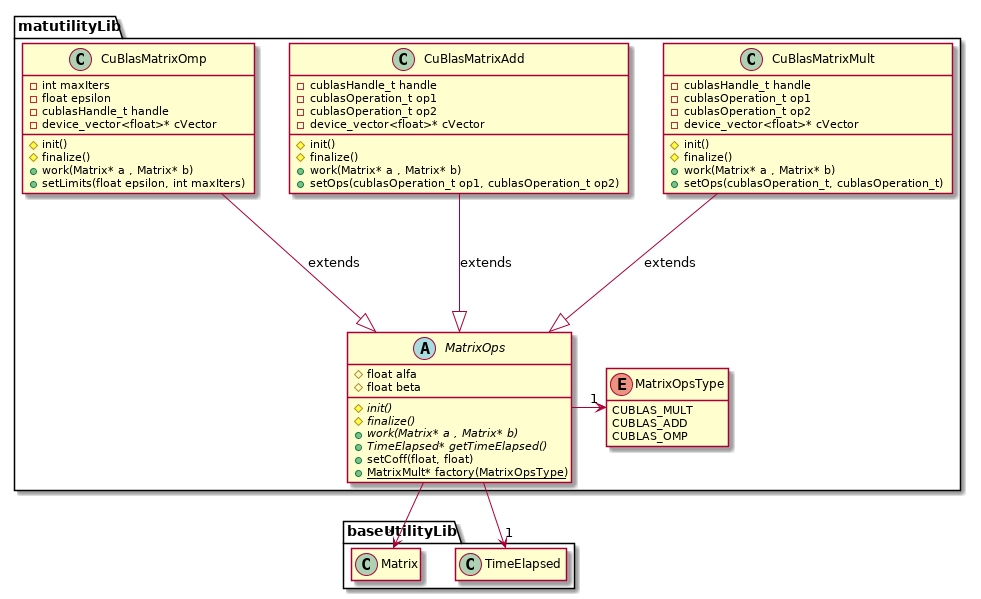
This is uml/out/uml/src/MatUtilityDiagram.png from newfla/CUDA-K-SVD-Denoising, a PlantUML export, as it was before one commit. Its diagram source:
```plantuml
@startuml MatUtilityDiagram

package matutilityLib{

    enum MatrixOpsType{
            CUBLAS_MULT
            CUBLAS_ADD
            CUBLAS_OMP
    }

    abstract class MatrixOps{

        # float alfa
        # float beta

        {abstract} # init()
        {abstract} # finalize()
        {abstract} + work(Matrix* a , Matrix* b)
        {abstract} + TimeElapsed* getTimeElapsed()
        + setCoff(float, float)
        {static} + MatrixMult* factory(MatrixOpsType)
    }

    class CuBlasMatrixMult{

        - cublasHandle_t handle
        - cublasOperation_t op1
        - cublasOperation_t op2
        - device_vector<float>* cVector

        # init()
        # finalize()
        + work(Matrix* a , Matrix* b)
        + setOps(cublasOperation_t, cublasOperation_t)
    }

    class CuBlasMatrixAdd{

        - cublasHandle_t handle
        - cublasOperation_t op1
        - cublasOperation_t op2
        - device_vector<float>* cVector

        # init()
        # finalize()
        + work(Matrix* a , Matrix* b)
        + setOps(cublasOperation_t op1, cublasOperation_t op2)
    }

    class CuBlasMatrixOmp{
        - int maxIters
        - float epsilon
        - cublasHandle_t handle
        - device_vector<float>* cVector

        # init()
        # finalize()
        + work(Matrix* a , Matrix* b)
        + setLimits(float epsilon, int maxIters)
    }
    MatrixOps -> "1" MatrixOpsType
    CuBlasMatrixMult --|> MatrixOps : extends
    CuBlasMatrixAdd --|> MatrixOps : extends
    CuBlasMatrixOmp --|> MatrixOps : extends

    hide MatrixOpsType methods
}

package baseUtilityLib{
    class Matrix
    class TimeElapsed

    hide Matrix fields
    hide Matrix methods

    hide TimeElapsed fields
    hide TimeElapsed methods
}

MatrixOps --> "*" Matrix
MatrixOps --> "1" TimeElapsed

@enduml
```
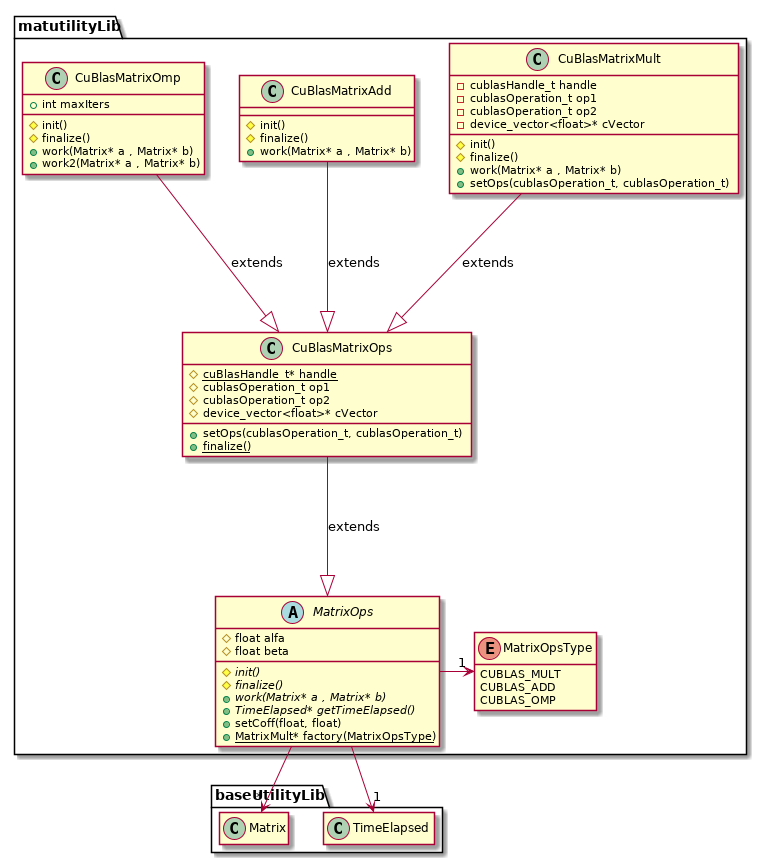
After the commit.

Change to the diagram source:
```diff
@@ -21,8 +21,18 @@
         {static} + MatrixMult* factory(MatrixOpsType)
     }
 
+    class CuBlasMatrixOps{
+        {static} # cuBlasHandle_t* handle
+        # cublasOperation_t op1
+        # cublasOperation_t op2
+        # device_vector<float>* cVector
+
+        + setOps(cublasOperation_t, cublasOperation_t)
+        {static} + finalize()
+
+    }
+
     class CuBlasMatrixMult{
-
         - cublasHandle_t handle
         - cublasOperation_t op1
         - cublasOperation_t op2
@@ -35,33 +45,25 @@
     }
 
     class CuBlasMatrixAdd{
+        # init()
+        # finalize()
+        + work(Matrix* a , Matrix* b)
+    }
 
-        - cublasHandle_t handle
-        - cublasOperation_t op1
-        - cublasOperation_t op2
-        - device_vector<float>* cVector
+    class CuBlasMatrixOmp{
+        + int maxIters
 
         # init()
         # finalize()
         + work(Matrix* a , Matrix* b)
-        + setOps(cublasOperation_t op1, cublasOperation_t op2)
+        + work2(Matrix* a , Matrix* b)
     }
 
-    class CuBlasMatrixOmp{
-        - int maxIters
-        - float epsilon
-        - cublasHandle_t handle
-        - device_vector<float>* cVector
-
-        # init()
-        # finalize()
-        + work(Matrix* a , Matrix* b)
-        + setLimits(float epsilon, int maxIters)
-    }
     MatrixOps -> "1" MatrixOpsType
-    CuBlasMatrixMult --|> MatrixOps : extends
-    CuBlasMatrixAdd --|> MatrixOps : extends
-    CuBlasMatrixOmp --|> MatrixOps : extends
+    CuBlasMatrixOps --|> MatrixOps : extends
+    CuBlasMatrixMult --|> CuBlasMatrixOps : extends
+    CuBlasMatrixAdd --|> CuBlasMatrixOps : extends
+    CuBlasMatrixOmp --|> CuBlasMatrixOps : extends
 
     hide MatrixOpsType methods
 }
```
